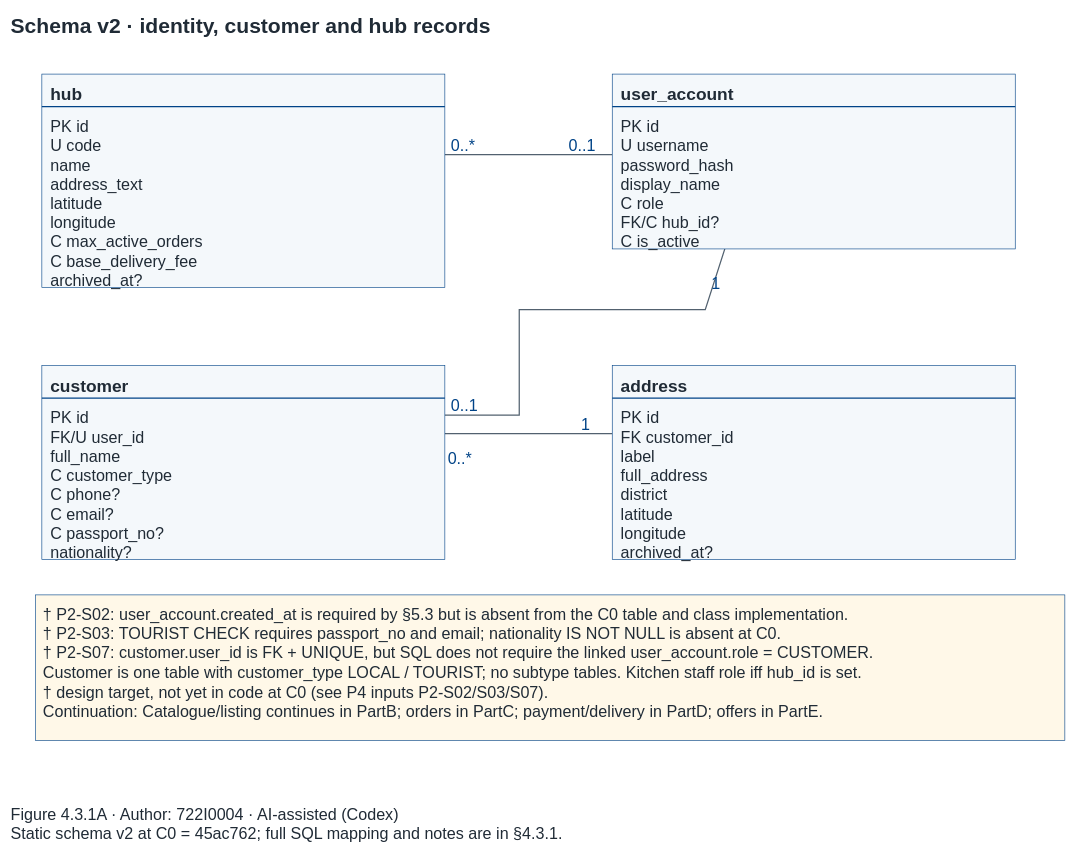
Earlier version of the draw.io diagram models/shared/erd_schema_v2_PartA.drawio (Dat071104/SaigonBite). Source tidied: cells renumbered, new cells numbered last; positions are measured from the earlier drawing's top-left corner, leaving out a move shared by most shapes. Both pictures are drawn from the tidied source at 62%, with x=0, y=0 at pixel (11, 11).
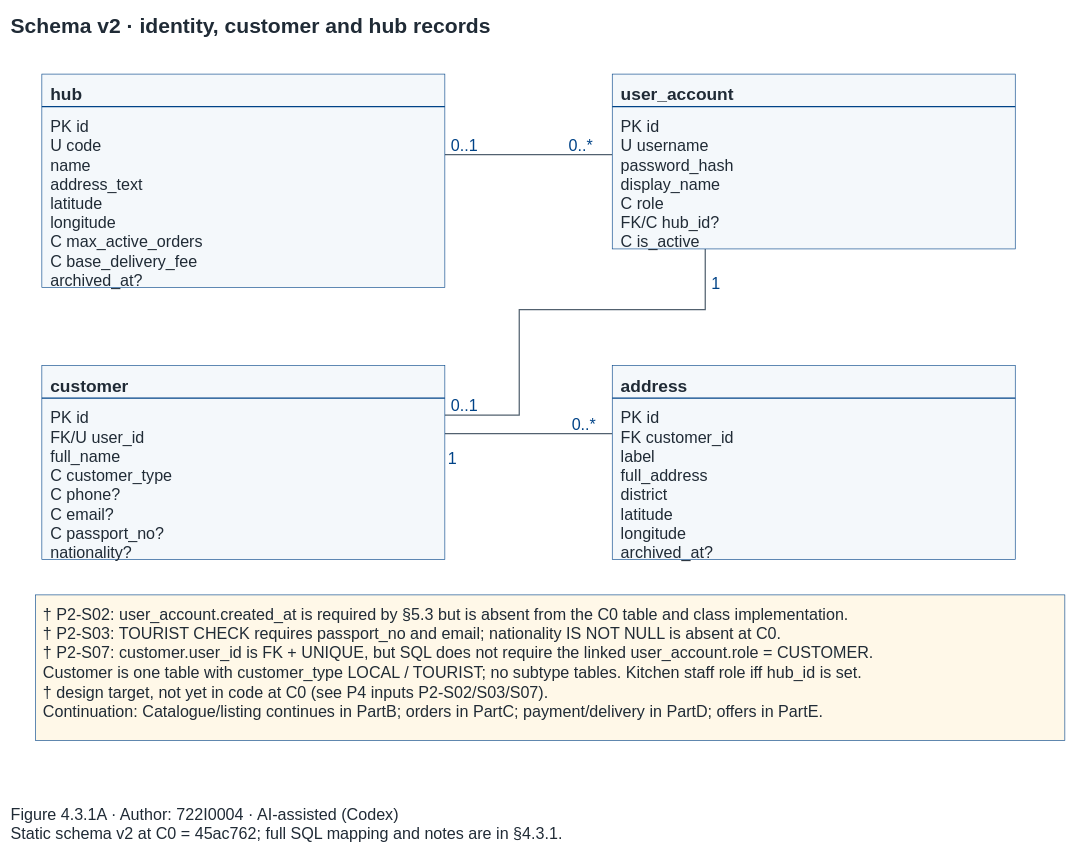
After the change.

Commit message (it also covers changes not shown here):
Part 2 Phase 3: correct ERD multiplicities and endpoint attachment

The change refers to these unchanged cells:
```xml
<mxCell id="7" style="fillColor=#F4F8FB;strokeColor=#004387;whiteSpace=wrap;fontFamily=Arial;fontSize=26;html=0;" parent="1" vertex="1">
  <mxGeometry x="970" y="102" width="650" height="282" as="geometry" />
</mxCell>
<mxCell id="9" style="fillColor=#F4F8FB;strokeColor=#004387;whiteSpace=wrap;fontFamily=Arial;fontSize=26;html=0;" parent="1" vertex="1">
  <mxGeometry x="50" y="572" width="650" height="313" as="geometry" />
</mxCell>
```

What changed in the source:
```diff
@@
-    <mxCell id="3" style="endArrow=none;strokeColor=#52616F;strokeWidth=2;rounded=0;exitX=1.0;exitY=0.25559105431309903;entryX=0.23076923076923078;entryY=1.1099290780141844;" parent="1" edge="1" source="9" target="7">
+    <mxCell id="3" style="endArrow=none;strokeColor=#52616F;strokeWidth=2;rounded=0;exitX=1.0;exitY=0.25559105431309903;entryX=0.23076923076923078;entryY=1.0;" parent="1" edge="1" source="9" target="7">
       <mxGeometry relative="1" as="geometry">
         <Array as="points">
           <mxPoint x="820" y="652" />
           <mxPoint x="820" y="482" />
           <mxPoint x="1120" y="482" />
         </Array>
       </mxGeometry>
     </mxCell>
@@
-    <mxCell id="17" value="&lt;div&gt;0..1&lt;/div&gt;" style="text;html=1;strokeColor=none;fillColor=none;whiteSpace=wrap;align=left;verticalAlign=top;spacing=0;fontFamily=Arial;fontSize=26;fontColor=#004387;fontStyle=0;" parent="1" vertex="1">
-      <mxGeometry x="900" y="197" width="51.3" height="32.5" as="geometry" />
+    <mxCell id="17" value="&lt;div&gt;0..*&lt;/div&gt;" style="text;html=1;strokeColor=none;fillColor=none;whiteSpace=wrap;align=left;verticalAlign=top;spacing=0;fontFamily=Arial;fontSize=26;fontColor=#004387;fontStyle=0;" parent="1" vertex="1">
+      <mxGeometry x="900" y="197" width="47" height="32.5" as="geometry" />
     </mxCell>
-    <mxCell id="18" value="&lt;div&gt;0..*&lt;/div&gt;" style="text;html=1;strokeColor=none;fillColor=none;whiteSpace=wrap;align=left;verticalAlign=top;spacing=0;fontFamily=Arial;fontSize=26;fontColor=#004387;fontStyle=0;" parent="1" vertex="1">
-      <mxGeometry x="710" y="197" width="47" height="32.5" as="geometry" />
+    <mxCell id="18" value="&lt;div&gt;0..1&lt;/div&gt;" style="text;html=1;strokeColor=none;fillColor=none;whiteSpace=wrap;align=left;verticalAlign=top;spacing=0;fontFamily=Arial;fontSize=26;fontColor=#004387;fontStyle=0;" parent="1" vertex="1">
+      <mxGeometry x="710" y="197" width="51.3" height="32.5" as="geometry" />
     </mxCell>
@@
-    <mxCell id="21" value="&lt;div&gt;1&lt;/div&gt;" style="text;html=1;strokeColor=none;fillColor=none;whiteSpace=wrap;align=left;verticalAlign=top;spacing=0;fontFamily=Arial;fontSize=26;fontColor=#004387;fontStyle=0;" parent="1" vertex="1">
-      <mxGeometry x="920" y="647" width="22.5" height="32.5" as="geometry" />
+    <mxCell id="21" value="&lt;div&gt;0..*&lt;/div&gt;" style="text;html=1;strokeColor=none;fillColor=none;whiteSpace=wrap;align=left;verticalAlign=top;spacing=0;fontFamily=Arial;fontSize=26;fontColor=#004387;fontStyle=0;" parent="1" vertex="1">
+      <mxGeometry x="905" y="647" width="47" height="32.5" as="geometry" />
     </mxCell>
-    <mxCell id="22" value="&lt;div&gt;0..*&lt;/div&gt;" style="text;html=1;strokeColor=none;fillColor=none;whiteSpace=wrap;align=left;verticalAlign=top;spacing=0;fontFamily=Arial;fontSize=26;fontColor=#004387;fontStyle=0;" parent="1" vertex="1">
-      <mxGeometry x="705" y="702" width="47" height="32.5" as="geometry" />
+    <mxCell id="22" value="&lt;div&gt;1&lt;/div&gt;" style="text;html=1;strokeColor=none;fillColor=none;whiteSpace=wrap;align=left;verticalAlign=top;spacing=0;fontFamily=Arial;fontSize=26;fontColor=#004387;fontStyle=0;" parent="1" vertex="1">
+      <mxGeometry x="705" y="702" width="22.5" height="32.5" as="geometry" />
     </mxCell>
```
